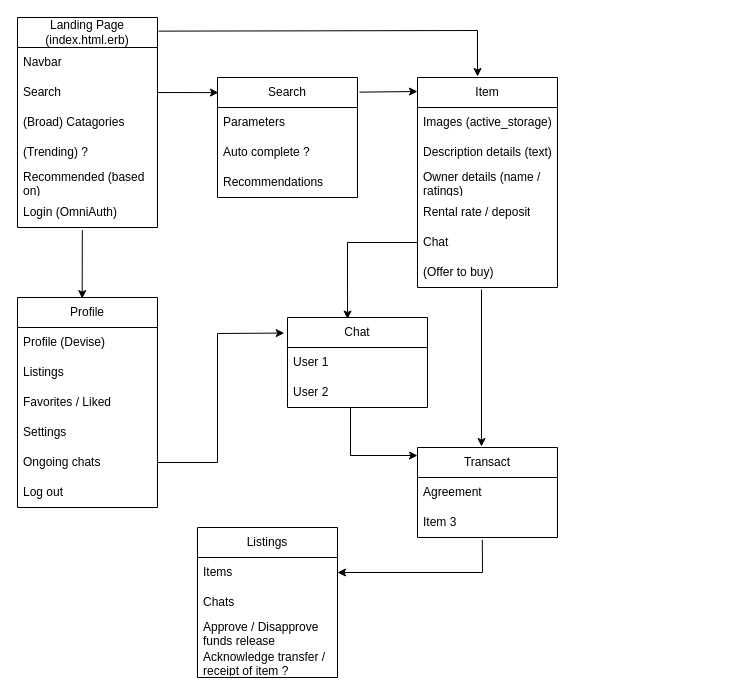
Above: page "website navigation overview" (2 of 2) of log/User Experience (Abstract).drawio in chenghowyew/Rent (draw.io), before the change. Source tidied: cells renumbered, new cells numbered last; positions are measured from the earlier drawing's top-left corner, leaving out a move shared by most shapes. Both pictures are drawn from the tidied source at 100%, with x=0, y=0 at pixel (17, 17).
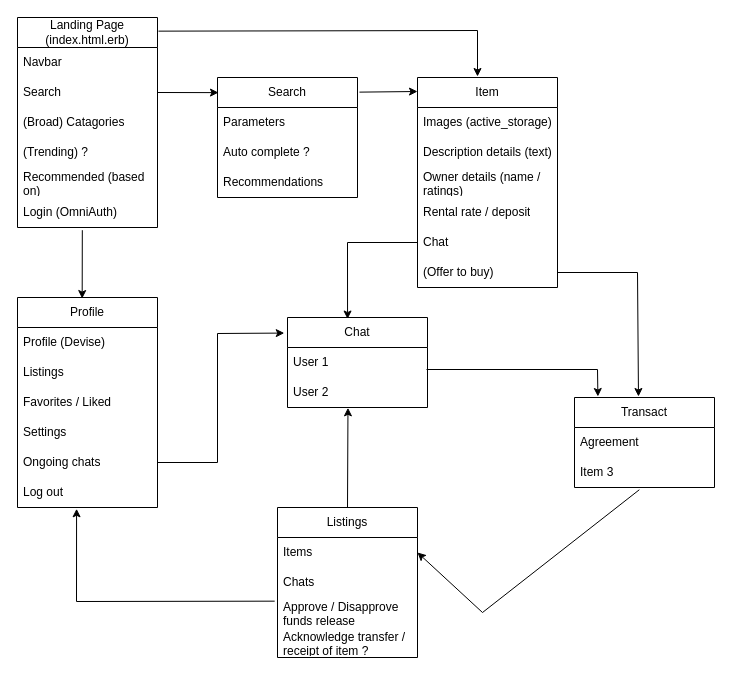
Above is the later version.

Unchanged cells that the change refers to:
```xml
<mxCell id="8" value="(Offer to buy)" style="text;strokeColor=none;fillColor=none;align=left;verticalAlign=middle;spacingLeft=4;spacingRight=4;overflow=hidden;points=[[0,0.5],[1,0.5]];portConstraint=eastwest;whiteSpace=wrap;html=1;" parent="2" vertex="1">
  <mxGeometry y="180" width="140" height="30" as="geometry" />
</mxCell>
<mxCell id="28" value="Log out" style="text;strokeColor=none;fillColor=none;align=left;verticalAlign=middle;spacingLeft=4;spacingRight=4;overflow=hidden;points=[[0,0.5],[1,0.5]];portConstraint=eastwest;whiteSpace=wrap;html=1;" parent="22" vertex="1">
  <mxGeometry y="180" width="140" height="30" as="geometry" />
</mxCell>
<mxCell id="31" value="User 2" style="text;strokeColor=none;fillColor=none;align=left;verticalAlign=middle;spacingLeft=4;spacingRight=4;overflow=hidden;points=[[0,0.5],[1,0.5]];portConstraint=eastwest;whiteSpace=wrap;html=1;" parent="29" vertex="1">
  <mxGeometry y="60" width="140" height="30" as="geometry" />
</mxCell>
<mxCell id="34" value="Item 3" style="text;strokeColor=none;fillColor=none;align=left;verticalAlign=middle;spacingLeft=4;spacingRight=4;overflow=hidden;points=[[0,0.5],[1,0.5]];portConstraint=eastwest;whiteSpace=wrap;html=1;" parent="32" vertex="1">
  <mxGeometry y="60" width="140" height="30" as="geometry" />
</mxCell>
<mxCell id="40" value="Items&lt;span style=&quot;white-space: pre;&quot;&gt;&#9;&lt;/span&gt;" style="text;strokeColor=none;fillColor=none;align=left;verticalAlign=middle;spacingLeft=4;spacingRight=4;overflow=hidden;points=[[0,0.5],[1,0.5]];portConstraint=eastwest;whiteSpace=wrap;html=1;" parent="39" vertex="1">
  <mxGeometry y="30" width="140" height="30" as="geometry" />
</mxCell>
<mxCell id="42" value="Approve / Disapprove funds release" style="text;strokeColor=none;fillColor=none;align=left;verticalAlign=middle;spacingLeft=4;spacingRight=4;overflow=hidden;points=[[0,0.5],[1,0.5]];portConstraint=eastwest;whiteSpace=wrap;html=1;" parent="39" vertex="1">
  <mxGeometry y="90" width="140" height="30" as="geometry" />
</mxCell>
```

Diff of the diagram source:
```diff
@@
     <mxCell id="32" value="Transact" style="swimlane;fontStyle=0;horizontal=1;startSize=30;whiteSpace=wrap;html=1;" parent="1" vertex="1">
-      <mxGeometry x="400" y="430" width="140" height="90" as="geometry" />
+      <mxGeometry x="557" y="380" width="140" height="90" as="geometry" />
     </mxCell>
@@
-    <mxCell id="35" style="endArrow=classic;html=1;rounded=0;entryX=0.457;entryY=-0.011;entryDx=0;entryDy=0;entryPerimeter=0;exitX=0.457;exitY=1.067;exitDx=0;exitDy=0;exitPerimeter=0;" parent="1" edge="1" source="8" target="32">
-      <mxGeometry relative="1" as="geometry" />
+    <mxCell id="35" style="endArrow=classic;html=1;rounded=0;entryX=0.457;entryY=-0.011;entryDx=0;entryDy=0;entryPerimeter=0;exitX=1;exitY=0.5;exitDx=0;exitDy=0;" parent="1" edge="1" source="8" target="32">
+      <mxGeometry relative="1" as="geometry">
+        <Array as="points">
+          <mxPoint x="620" y="255" />
+        </Array>
+      </mxGeometry>
     </mxCell>
@@
-    <mxCell id="37" style="endArrow=classic;html=1;rounded=0;exitX=0.45;exitY=1;exitDx=0;exitDy=0;exitPerimeter=0;" parent="1" edge="1" source="31">
+    <mxCell id="37" style="endArrow=classic;html=1;rounded=0;exitX=0.986;exitY=0.733;exitDx=0;exitDy=0;exitPerimeter=0;entryX=0.167;entryY=-0.011;entryDx=0;entryDy=0;entryPerimeter=0;" parent="1" edge="1">
       <mxGeometry relative="1" as="geometry">
-        <mxPoint x="400" y="438" as="targetPoint" />
+        <mxPoint x="409" y="352" as="sourcePoint" />
+        <mxPoint x="580.4" y="379" as="targetPoint" />
         <Array as="points">
-          <mxPoint x="333" y="438" />
+          <mxPoint x="580" y="352" />
         </Array>
       </mxGeometry>
     </mxCell>
@@
     <mxCell id="39" value="Listings" style="swimlane;fontStyle=0;horizontal=1;startSize=30;whiteSpace=wrap;html=1;" parent="1" vertex="1">
-      <mxGeometry x="180" y="510" width="140" height="150" as="geometry" />
+      <mxGeometry x="260" y="490" width="140" height="150" as="geometry" />
     </mxCell>
@@
     <mxCell id="45" style="endArrow=classic;html=1;rounded=0;exitX=0.463;exitY=1.075;exitDx=0;exitDy=0;exitPerimeter=0;entryX=1;entryY=0.5;entryDx=0;entryDy=0;" parent="1" edge="1" source="34" target="40">
       <mxGeometry relative="1" as="geometry">
         <Array as="points">
-          <mxPoint x="465" y="555" />
+          <mxPoint x="465" y="595" />
         </Array>
       </mxGeometry>
     </mxCell>
@@
+    <mxCell id="47" style="endArrow=classic;html=1;rounded=0;exitX=0.5;exitY=0;exitDx=0;exitDy=0;entryX=0.432;entryY=1.011;entryDx=0;entryDy=0;entryPerimeter=0;" parent="1" edge="1" source="39" target="31">
+      <mxGeometry relative="1" as="geometry" />
+    </mxCell>
+    <mxCell id="48" style="endArrow=classic;html=1;rounded=0;exitX=-0.02;exitY=0.122;exitDx=0;exitDy=0;exitPerimeter=0;entryX=0.422;entryY=1.043;entryDx=0;entryDy=0;entryPerimeter=0;" parent="1" edge="1" source="42" target="28">
+      <mxGeometry relative="1" as="geometry">
+        <Array as="points">
+          <mxPoint x="59" y="584" />
+        </Array>
+      </mxGeometry>
+    </mxCell>
```
